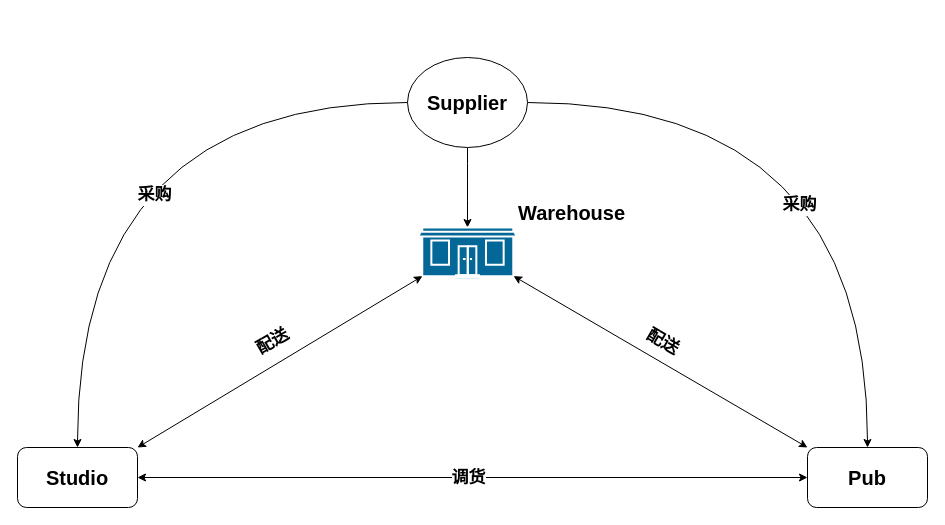
Before: 未命名表单.drawio in Cyrusvic/358pub, a draw.io diagram. Source tidied: cells renumbered, new cells numbered last; positions are measured from the earlier drawing's top-left corner, leaving out a move shared by most shapes. Both pictures are drawn from the tidied source at 100%, with x=0, y=0 at pixel (17, 57).
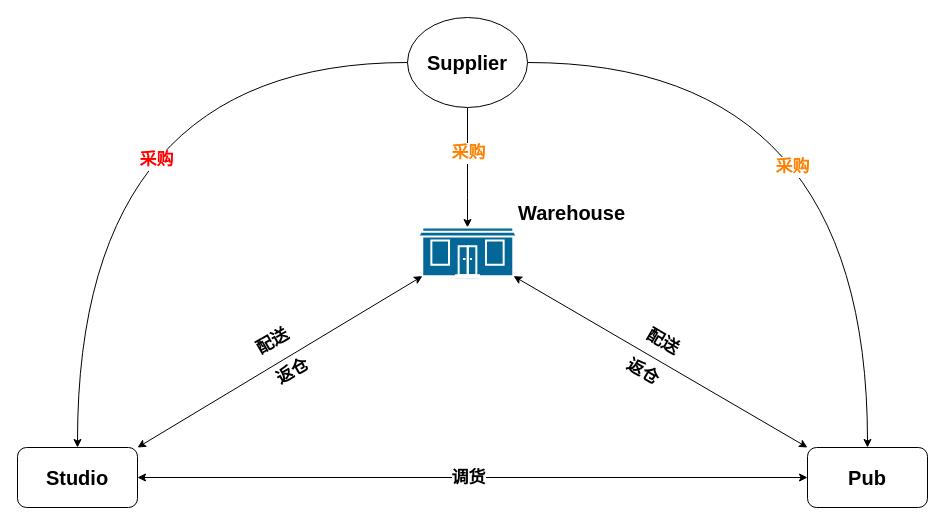
Above is the later version.

Commit message:
更新未命名表单.drawio

The change refers to these unchanged cells:
```xml
<mxCell id="2" style="edgeStyle=orthogonalEdgeStyle;curved=1;rounded=0;jettySize=auto;html=1;exitX=0;exitY=0.5;exitDx=0;exitDy=0;entryX=0.5;entryY=0;entryDx=0;entryDy=0;" parent="1" edge="1" source="7" target="10">
  <mxGeometry relative="1" as="geometry" />
</mxCell>
<mxCell id="4" style="edgeStyle=orthogonalEdgeStyle;curved=1;rounded=0;jettySize=auto;html=1;exitX=1;exitY=0.5;exitDx=0;exitDy=0;entryX=0.5;entryY=0;entryDx=0;entryDy=0;" parent="1" edge="1" source="7" target="9">
  <mxGeometry relative="1" as="geometry" />
</mxCell>
<mxCell id="6" style="edgeStyle=orthogonalEdgeStyle;curved=1;rounded=0;jettySize=auto;html=1;exitX=0.5;exitY=1;exitDx=0;exitDy=0;" parent="1" edge="1" source="7" target="8">
  <mxGeometry relative="1" as="geometry">
    <Array as="points">
      <mxPoint x="450" y="120" />
      <mxPoint x="450" y="120" />
    </Array>
  </mxGeometry>
</mxCell>
<mxCell id="8" value="&lt;b&gt;&lt;font style=&quot;font-size: 20px&quot;&gt;Warehouse&lt;/font&gt;&lt;/b&gt;" style="shape=mxgraph.cisco.buildings.small_business;html=1;dashed=0;fillColor=#036897;strokeColor=#ffffff;strokeWidth=2;verticalLabelPosition=top;verticalAlign=bottom;align=left;horizontal=1;labelPosition=right;" parent="1" vertex="1">
  <mxGeometry x="401" y="170" width="98" height="54" as="geometry" />
</mxCell>
<mxCell id="9" value="&lt;font style=&quot;font-size: 20px&quot;&gt;Pub&lt;/font&gt;" style="rounded=1;whiteSpace=wrap;html=1;fontStyle=1;" parent="1" vertex="1">
  <mxGeometry x="790" y="390" width="120" height="60" as="geometry" />
</mxCell>
<mxCell id="10" value="&lt;font style=&quot;font-size: 20px&quot;&gt;Studio&lt;/font&gt;" style="rounded=1;whiteSpace=wrap;html=1;fontStyle=1;" parent="1" vertex="1">
  <mxGeometry y="390" width="120" height="60" as="geometry" />
</mxCell>
```

What changed in the source:
```diff
@@
-    <mxCell id="3" value="采购" style="text;html=1;align=center;verticalAlign=middle;labelBackgroundColor=#ffffff;fontSize=17;fontStyle=1;" parent="2" vertex="1">
-      <mxGeometry x="-0.25" y="92" relative="1" as="geometry" />
+    <mxCell id="3" value="&lt;font color=&quot;#ff0000&quot;&gt;采购&lt;/font&gt;" style="text;html=1;align=center;verticalAlign=middle;labelBackgroundColor=#ffffff;fontSize=17;fontStyle=1;" parent="2" vertex="1">
+      <mxGeometry x="-0.25" y="92" relative="1" as="geometry">
+        <mxPoint x="16" y="5" as="offset" />
+      </mxGeometry>
     </mxCell>
@@
-    <mxCell id="5" value="采购" style="text;html=1;align=center;verticalAlign=middle;labelBackgroundColor=#ffffff;fontSize=17;fontStyle=1;" parent="4" vertex="1">
-      <mxGeometry x="-0.21" y="-102" relative="1" as="geometry" />
+    <mxCell id="5" value="&lt;font&gt;采购&lt;/font&gt;" style="text;html=1;align=center;verticalAlign=middle;labelBackgroundColor=#ffffff;fontSize=17;fontStyle=1;fontColor=#FF8000;" parent="4" vertex="1">
+      <mxGeometry x="-0.21" y="-102" relative="1" as="geometry">
+        <mxPoint x="-22" y="2" as="offset" />
+      </mxGeometry>
     </mxCell>
@@
+    <mxCell id="17" value="采购" style="text;html=1;align=center;verticalAlign=middle;labelBackgroundColor=#ffffff;fontSize=17;fontStyle=1;fontColor=#FF8000;" parent="6" vertex="1">
+      <mxGeometry x="-0.25" relative="1" as="geometry" />
+    </mxCell>
     <mxCell id="7" value="&lt;b&gt;&lt;font style=&quot;font-size: 20px&quot;&gt;Supplier&lt;/font&gt;&lt;/b&gt;" style="ellipse;whiteSpace=wrap;html=1;" parent="1" vertex="1">
-      <mxGeometry x="390" width="120" height="90" as="geometry" />
+      <mxGeometry x="390" y="-40" width="120" height="90" as="geometry" />
     </mxCell>
@@
+    <mxCell id="14" style="endArrow=classic;startArrow=classic;html=1;exitX=0.97;exitY=0.9;exitDx=0;exitDy=0;exitPerimeter=0;entryX=0;entryY=0;entryDx=0;entryDy=0;" parent="1" edge="1" source="8" target="9">
+      <mxGeometry relative="1" as="geometry" />
+    </mxCell>
+    <mxCell id="16" value="配送" style="text;html=1;align=center;verticalAlign=middle;fontStyle=1;fontSize=17;rotation=30;" parent="1" vertex="1">
+      <mxGeometry x="620" y="270" width="50" height="30" as="geometry" />
+    </mxCell>
+    <mxCell id="18" value="返仓" style="text;html=1;align=center;verticalAlign=middle;fontStyle=1;fontSize=17;rotation=30;" parent="1" vertex="1">
+      <mxGeometry x="600" y="300" width="50" height="30" as="geometry" />
+    </mxCell>
+    <mxCell id="15" value="配送" style="text;html=1;align=center;verticalAlign=middle;fontStyle=1;fontSize=17;rotation=-30;" parent="1" vertex="1">
+      <mxGeometry x="230" y="270" width="50" height="30" as="geometry" />
+    </mxCell>
+    <mxCell id="19" style="group;" parent="1" vertex="1">
+      <mxGeometry x="250" y="300" width="50" height="30" as="geometry" />
+    </mxCell>
-    <mxCell id="13" style="endArrow=classic;startArrow=classic;html=1;entryX=0.04;entryY=0.9;entryDx=0;entryDy=0;entryPerimeter=0;exitX=1;exitY=0;exitDx=0;exitDy=0;" parent="1" edge="1" source="10" target="8">
+    <mxCell id="13" style="endArrow=classic;startArrow=classic;html=1;entryX=0.04;entryY=0.9;entryDx=0;entryDy=0;entryPerimeter=0;exitX=1;exitY=0;exitDx=0;exitDy=0;" parent="19" edge="1" source="10" target="8">
       <mxGeometry relative="1" as="geometry" />
     </mxCell>
-    <mxCell id="14" style="endArrow=classic;startArrow=classic;html=1;exitX=0.97;exitY=0.9;exitDx=0;exitDy=0;exitPerimeter=0;entryX=0;entryY=0;entryDx=0;entryDy=0;" parent="1" edge="1" source="8" target="9">
-      <mxGeometry relative="1" as="geometry" />
-    </mxCell>
-    <mxCell id="15" value="配送" style="text;html=1;align=center;verticalAlign=middle;fontStyle=1;fontSize=17;rotation=-30;" parent="1" vertex="1">
-      <mxGeometry x="230" y="270" width="50" height="30" as="geometry" />
-    </mxCell>
-    <mxCell id="16" value="配送" style="text;html=1;align=center;verticalAlign=middle;fontStyle=1;fontSize=17;rotation=30;" parent="1" vertex="1">
-      <mxGeometry x="620" y="270" width="50" height="30" as="geometry" />
-    </mxCell>
+    <mxCell id="20" value="返仓" style="text;html=1;align=center;verticalAlign=middle;fontStyle=1;fontSize=17;rotation=-30;" parent="19" vertex="1">
+      <mxGeometry width="50" height="30" as="geometry" />
+    </mxCell>
```
